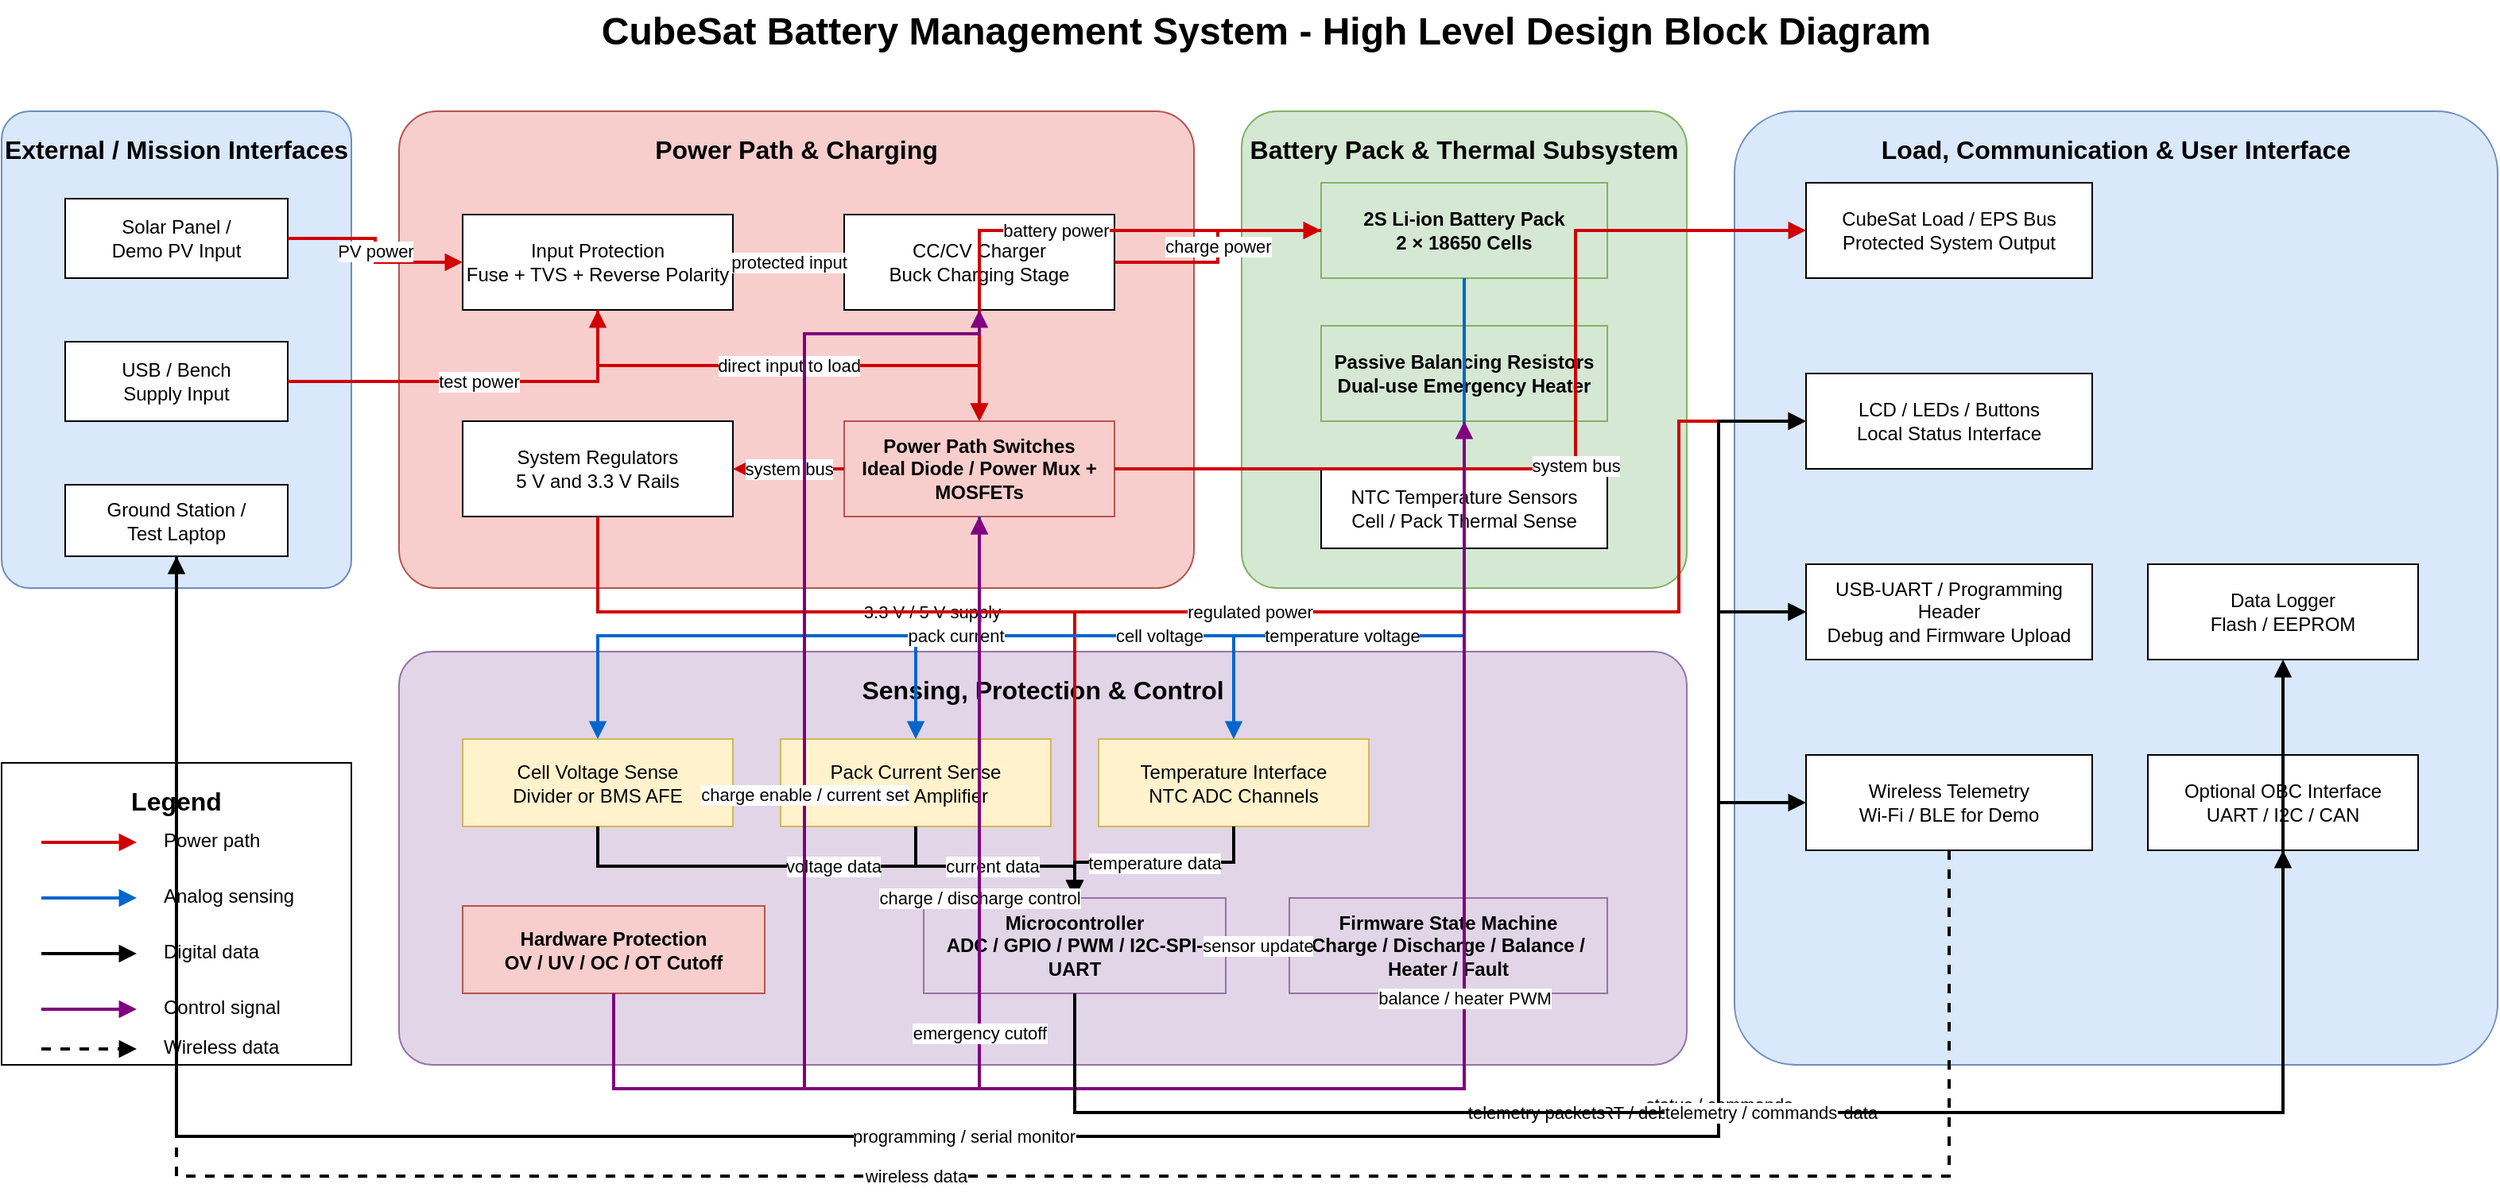
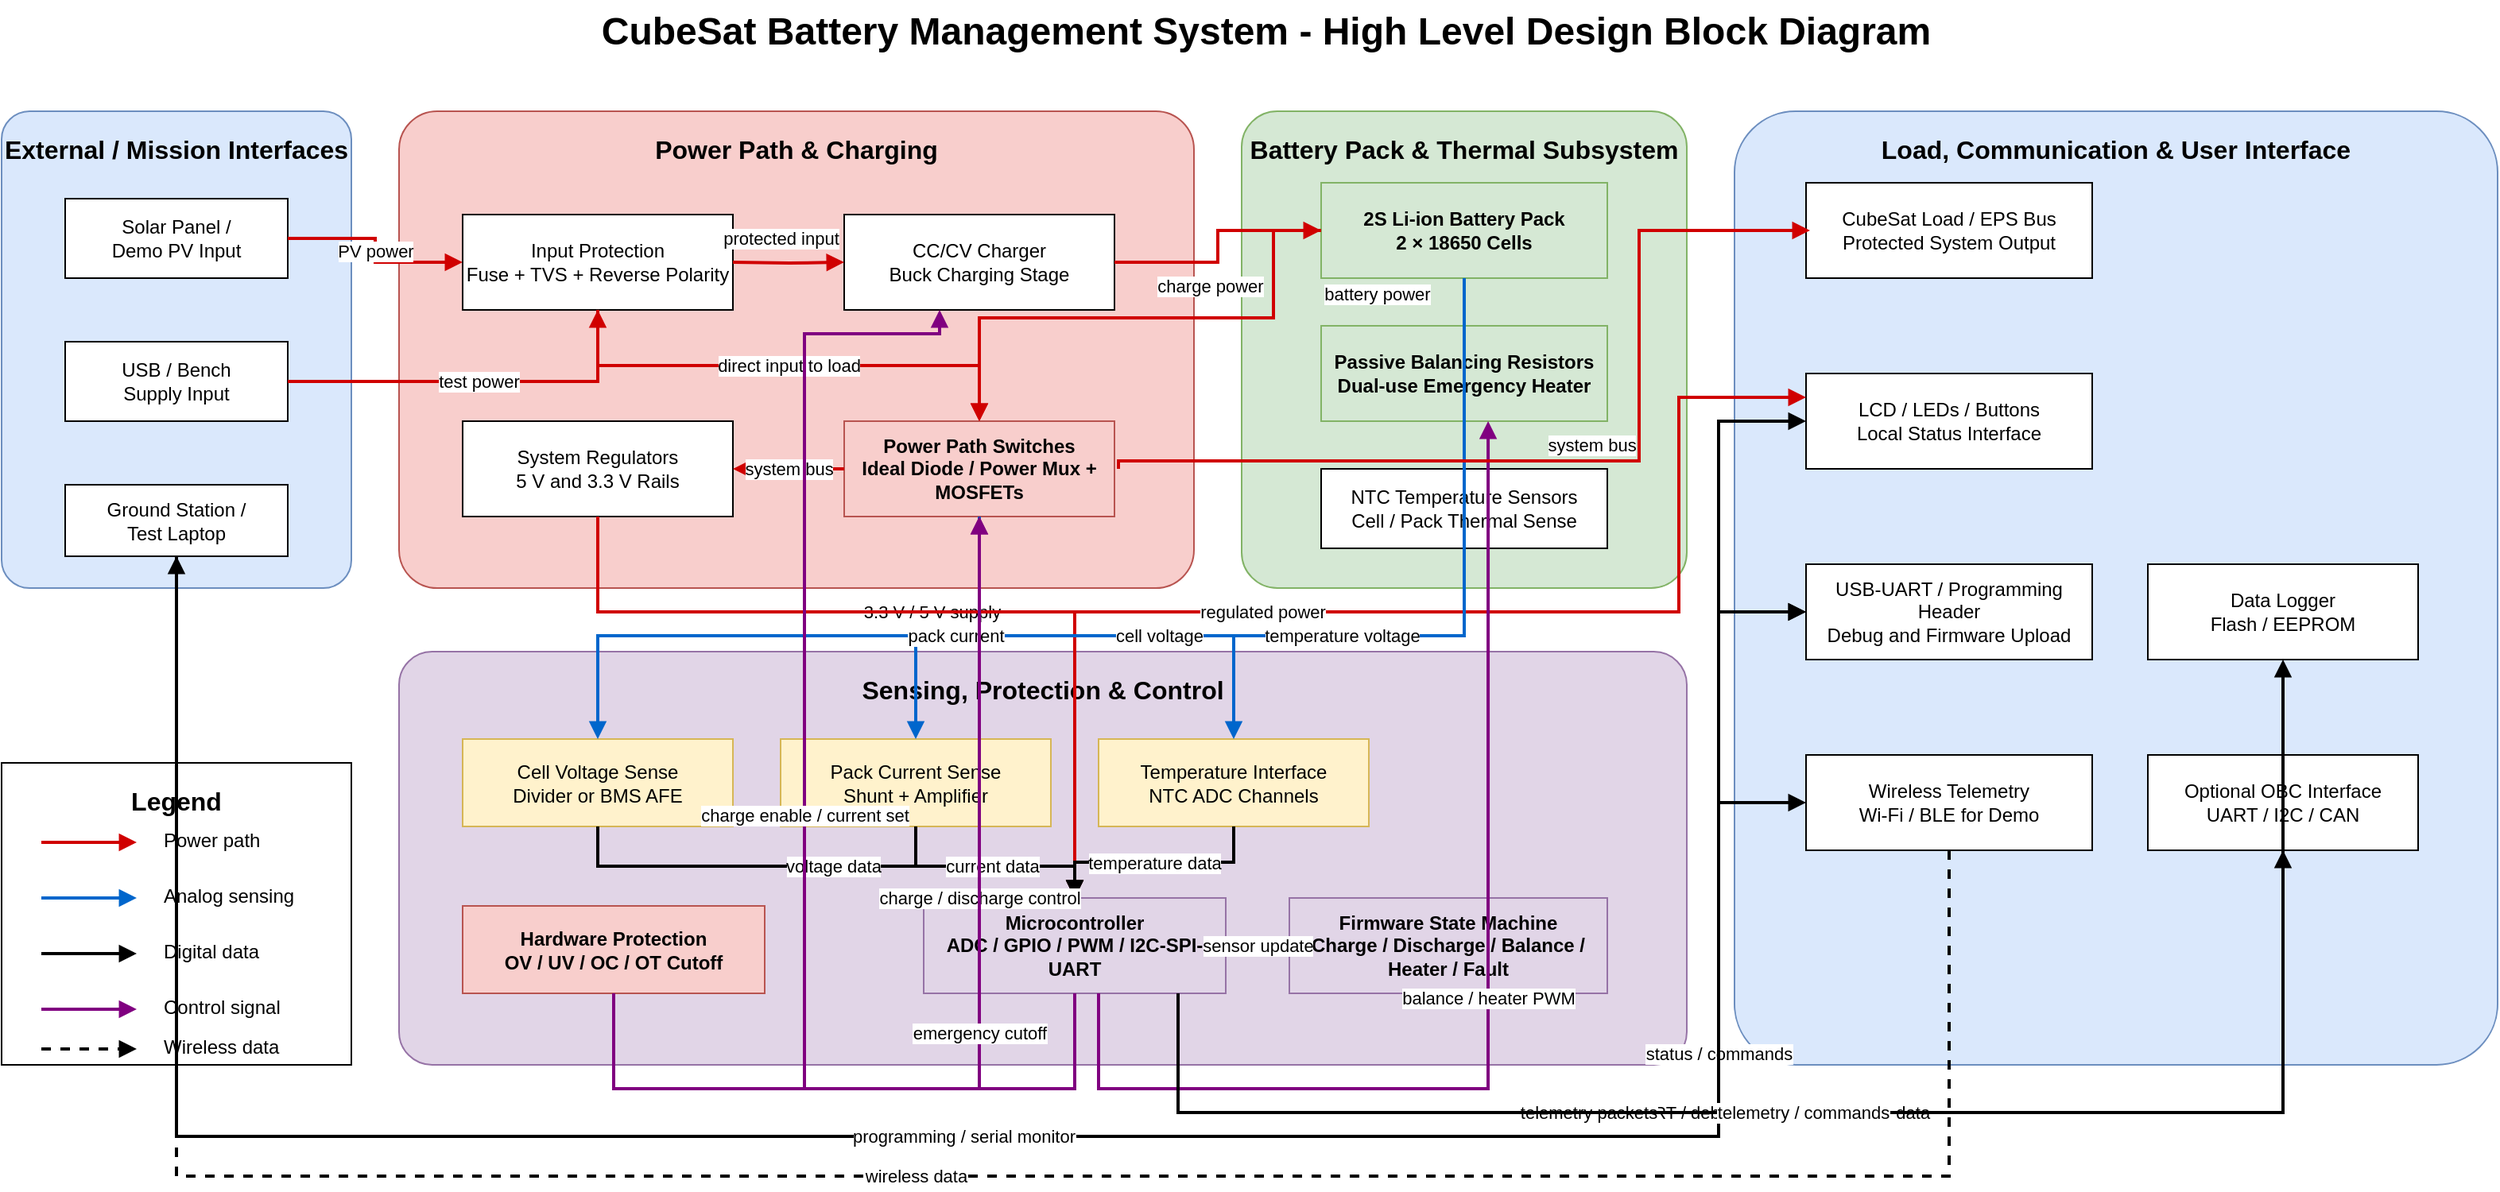
<mxfile host="app.diagrams.net">
  <diagram name="第 1 页" id="mtsnZ4J5otzk8pghUDI_">
    <mxGraphModel dx="1155" dy="668" grid="1" gridSize="10" guides="1" tooltips="1" connect="1" arrows="1" fold="1" page="1" pageScale="1" pageWidth="1650" pageHeight="950" math="0" shadow="0">
      <root>
        <mxCell id="0" />
        <mxCell id="1" parent="0" />
        <mxCell id="title" parent="1" style="text;html=1;strokeColor=none;fillColor=none;align=center;verticalAlign=middle;fontSize=24;fontStyle=1" value="CubeSat Battery Management System - High Level Design Block Diagram" vertex="1">
          <mxGeometry height="40" width="990" x="330" y="20" as="geometry" />
        </mxCell>
        <mxCell id="ext_box" parent="1" style="rounded=1;whiteSpace=wrap;html=1;container=1;collapsible=0;recursiveResize=0;arcSize=8;fontSize=16;fontStyle=1;verticalAlign=top;spacingTop=8;fillColor=#dae8fc;strokeColor=#6c8ebf;" value="External / Mission Interfaces" vertex="1">
          <mxGeometry height="300" width="220" x="30" y="90" as="geometry" />
        </mxCell>
        <mxCell id="power_box" parent="1" style="rounded=1;whiteSpace=wrap;html=1;container=1;collapsible=0;recursiveResize=0;arcSize=8;fontSize=16;fontStyle=1;verticalAlign=top;spacingTop=8;fillColor=#f8cecc;strokeColor=#b85450;" value="Power Path &amp; Charging" vertex="1">
          <mxGeometry height="300" width="500" x="280" y="90" as="geometry" />
        </mxCell>
        <mxCell id="batt_box" parent="1" style="rounded=1;whiteSpace=wrap;html=1;container=1;collapsible=0;recursiveResize=0;arcSize=8;fontSize=16;fontStyle=1;verticalAlign=top;spacingTop=8;fillColor=#d5e8d4;strokeColor=#82b366;" value="Battery Pack &amp; Thermal Subsystem" vertex="1">
          <mxGeometry height="300" width="280" x="810" y="90" as="geometry" />
        </mxCell>
        <mxCell id="ui_box" parent="1" style="rounded=1;whiteSpace=wrap;html=1;container=1;collapsible=0;recursiveResize=0;arcSize=8;fontSize=16;fontStyle=1;verticalAlign=top;spacingTop=8;fillColor=#dae8fc;strokeColor=#6c8ebf;" value="Load, Communication &amp; User Interface" vertex="1">
          <mxGeometry height="600" width="480" x="1120" y="90" as="geometry" />
        </mxCell>
        <mxCell id="sense_box" parent="1" style="rounded=1;whiteSpace=wrap;html=1;container=1;collapsible=0;recursiveResize=0;arcSize=8;fontSize=16;fontStyle=1;verticalAlign=top;spacingTop=8;fillColor=#e1d5e7;strokeColor=#9673a6;" value="Sensing, Protection &amp; Control" vertex="1">
          <mxGeometry height="260" width="810" x="280" y="430" as="geometry" />
        </mxCell>
        <mxCell id="legend_box" parent="1" style="rounded=0;whiteSpace=wrap;html=1;fillColor=#ffffff;strokeColor=#000000;fontSize=16;fontStyle=1;verticalAlign=top;spacingTop=8;" value="Legend" vertex="1">
          <mxGeometry height="190" width="220" x="30" y="500" as="geometry" />
        </mxCell>
        <mxCell id="solar" parent="1" style="rounded=0;whiteSpace=wrap;html=1;fillColor=#ffffff;strokeColor=#000000;fontSize=12;" value="Solar Panel /&lt;br&gt;Demo PV Input" vertex="1">
          <mxGeometry height="50" width="140" x="70" y="145" as="geometry" />
        </mxCell>
        <mxCell id="usb" parent="1" style="rounded=0;whiteSpace=wrap;html=1;fillColor=#ffffff;strokeColor=#000000;fontSize=12;" value="USB / Bench&lt;br&gt;Supply Input" vertex="1">
          <mxGeometry height="50" width="140" x="70" y="235" as="geometry" />
        </mxCell>
        <mxCell id="ground" parent="1" style="rounded=0;whiteSpace=wrap;html=1;fillColor=#ffffff;strokeColor=#000000;fontSize=12;" value="Ground Station /&lt;br&gt;Test Laptop" vertex="1">
          <mxGeometry height="45" width="140" x="70" y="325" as="geometry" />
        </mxCell>
        <mxCell id="input_prot" parent="1" style="rounded=0;whiteSpace=wrap;html=1;fillColor=#ffffff;strokeColor=#000000;fontSize=12;" value="Input Protection&lt;br&gt;Fuse + TVS + Reverse Polarity" vertex="1">
          <mxGeometry height="60" width="170" x="320" y="155" as="geometry" />
        </mxCell>
        <mxCell id="charger" parent="1" style="rounded=0;whiteSpace=wrap;html=1;fillColor=#ffffff;strokeColor=#000000;fontSize=12;" value="CC/CV Charger&lt;br&gt;Buck Charging Stage" vertex="1">
          <mxGeometry height="60" width="170" x="560" y="155" as="geometry" />
        </mxCell>
        <mxCell id="power_path" parent="1" style="rounded=0;whiteSpace=wrap;html=1;fillColor=#f8cecc;strokeColor=#b85450;fontSize=12;fontStyle=1;" value="Power Path Switches&lt;br&gt;Ideal Diode / Power Mux + MOSFETs" vertex="1">
          <mxGeometry height="60" width="170" x="560" y="285" as="geometry" />
        </mxCell>
        <mxCell id="regs" parent="1" style="rounded=0;whiteSpace=wrap;html=1;fillColor=#ffffff;strokeColor=#000000;fontSize=12;" value="System Regulators&lt;br&gt;5 V and 3.3 V Rails" vertex="1">
          <mxGeometry height="60" width="170" x="320" y="285" as="geometry" />
        </mxCell>
        <mxCell id="battery" parent="1" style="rounded=0;whiteSpace=wrap;html=1;fillColor=#d5e8d4;strokeColor=#82b366;fontSize=12;fontStyle=1;" value="2S Li-ion Battery Pack&lt;br&gt;2 × 18650 Cells" vertex="1">
          <mxGeometry height="60" width="180" x="860" y="135" as="geometry" />
        </mxCell>
        <mxCell id="balance" parent="1" style="rounded=0;whiteSpace=wrap;html=1;fillColor=#d5e8d4;strokeColor=#82b366;fontSize=12;fontStyle=1;" value="Passive Balancing Resistors&lt;br&gt;Dual-use Emergency Heater" vertex="1">
          <mxGeometry height="60" width="180" x="860" y="225" as="geometry" />
        </mxCell>
        <mxCell id="ntc" parent="1" style="rounded=0;whiteSpace=wrap;html=1;fillColor=#ffffff;strokeColor=#000000;fontSize=12;" value="NTC Temperature Sensors&lt;br&gt;Cell / Pack Thermal Sense" vertex="1">
          <mxGeometry height="50" width="180" x="860" y="315" as="geometry" />
        </mxCell>
        <mxCell id="v_sense" parent="1" style="rounded=0;whiteSpace=wrap;html=1;fillColor=#fff2cc;strokeColor=#d6b656;fontSize=12;" value="Cell Voltage Sense&lt;br&gt;Divider or BMS AFE" vertex="1">
          <mxGeometry height="55" width="170" x="320" y="485" as="geometry" />
        </mxCell>
        <mxCell id="i_sense" parent="1" style="rounded=0;whiteSpace=wrap;html=1;fillColor=#fff2cc;strokeColor=#d6b656;fontSize=12;" value="Pack Current Sense&lt;br&gt;Shunt + Amplifier" vertex="1">
          <mxGeometry height="55" width="170" x="520" y="485" as="geometry" />
        </mxCell>
        <mxCell id="t_sense" parent="1" style="rounded=0;whiteSpace=wrap;html=1;fillColor=#fff2cc;strokeColor=#d6b656;fontSize=12;" value="Temperature Interface&lt;br&gt;NTC ADC Channels" vertex="1">
          <mxGeometry height="55" width="170" x="720" y="485" as="geometry" />
        </mxCell>
        <mxCell id="h_prot" parent="1" style="rounded=0;whiteSpace=wrap;html=1;fillColor=#f8cecc;strokeColor=#b85450;fontSize=12;fontStyle=1;" value="Hardware Protection&lt;br&gt;OV / UV / OC / OT Cutoff" vertex="1">
          <mxGeometry height="55" width="190" x="320" y="590" as="geometry" />
        </mxCell>
        <mxCell id="mcu" parent="1" style="rounded=0;whiteSpace=wrap;html=1;fillColor=#e1d5e7;strokeColor=#9673a6;fontSize=12;fontStyle=1;" value="Microcontroller&lt;br&gt;ADC / GPIO / PWM / I2C-SPI-UART" vertex="1">
          <mxGeometry height="60" width="190" x="610" y="585" as="geometry" />
        </mxCell>
        <mxCell id="fw" parent="1" style="rounded=0;whiteSpace=wrap;html=1;fillColor=#e1d5e7;strokeColor=#9673a6;fontSize=12;fontStyle=1;" value="Firmware State Machine&lt;br&gt;Charge / Discharge / Balance / Heater / Fault" vertex="1">
          <mxGeometry height="60" width="200" x="840" y="585" as="geometry" />
        </mxCell>
        <mxCell id="load" parent="1" style="rounded=0;whiteSpace=wrap;html=1;fillColor=#ffffff;strokeColor=#000000;fontSize=12;" value="CubeSat Load / EPS Bus&lt;br&gt;Protected System Output" vertex="1">
          <mxGeometry height="60" width="180" x="1165" y="135" as="geometry" />
        </mxCell>
        <mxCell id="local_ui" parent="1" style="rounded=0;whiteSpace=wrap;html=1;fillColor=#ffffff;strokeColor=#000000;fontSize=12;" value="LCD / LEDs / Buttons&lt;br&gt;Local Status Interface" vertex="1">
          <mxGeometry height="60" width="180" x="1165" y="255" as="geometry" />
        </mxCell>
        <mxCell id="program" parent="1" style="rounded=0;whiteSpace=wrap;html=1;fillColor=#ffffff;strokeColor=#000000;fontSize=12;" value="USB-UART / Programming Header&lt;br&gt;Debug and Firmware Upload" vertex="1">
          <mxGeometry height="60" width="180" x="1165" y="375" as="geometry" />
        </mxCell>
        <mxCell id="wireless" parent="1" style="rounded=0;whiteSpace=wrap;html=1;fillColor=#ffffff;strokeColor=#000000;fontSize=12;" value="Wireless Telemetry&lt;br&gt;Wi-Fi / BLE for Demo" vertex="1">
          <mxGeometry height="60" width="180" x="1165" y="495" as="geometry" />
        </mxCell>
        <mxCell id="logger" parent="1" style="rounded=0;whiteSpace=wrap;html=1;fillColor=#ffffff;strokeColor=#000000;fontSize=12;" value="Data Logger&lt;br&gt;Flash / EEPROM" vertex="1">
          <mxGeometry height="60" width="170" x="1380" y="375" as="geometry" />
        </mxCell>
        <mxCell id="obc" parent="1" style="rounded=0;whiteSpace=wrap;html=1;fillColor=#ffffff;strokeColor=#000000;fontSize=12;" value="Optional OBC Interface&lt;br&gt;UART / I2C / CAN" vertex="1">
          <mxGeometry height="60" width="170" x="1380" y="495" as="geometry" />
        </mxCell>
        <mxCell id="lg_power" edge="1" parent="1" style="endArrow=block;html=1;rounded=0;strokeWidth=2;strokeColor=#d00000;" value="">
          <mxGeometry relative="1" as="geometry">
            <mxPoint x="55" y="550" as="sourcePoint" />
            <mxPoint x="115" y="550" as="targetPoint" />
          </mxGeometry>
        </mxCell>
        <mxCell id="lg_power_text" parent="1" style="text;html=1;strokeColor=none;fillColor=none;fontSize=12;" value="Power path" vertex="1">
          <mxGeometry height="30" width="100" x="130" y="535" as="geometry" />
        </mxCell>
        <mxCell id="lg_sense" edge="1" parent="1" style="endArrow=block;html=1;rounded=0;strokeWidth=2;strokeColor=#0066cc;" value="">
          <mxGeometry relative="1" as="geometry">
            <mxPoint x="55" y="585" as="sourcePoint" />
            <mxPoint x="115" y="585" as="targetPoint" />
          </mxGeometry>
        </mxCell>
        <mxCell id="lg_sense_text" parent="1" style="text;html=1;strokeColor=none;fillColor=none;fontSize=12;" value="Analog sensing" vertex="1">
          <mxGeometry height="30" width="100" x="130" y="570" as="geometry" />
        </mxCell>
        <mxCell id="lg_data" edge="1" parent="1" style="endArrow=block;html=1;rounded=0;strokeWidth=2;strokeColor=#000000;" value="">
          <mxGeometry relative="1" as="geometry">
            <mxPoint x="55" y="620" as="sourcePoint" />
            <mxPoint x="115" y="620" as="targetPoint" />
          </mxGeometry>
        </mxCell>
        <mxCell id="lg_data_text" parent="1" style="text;html=1;strokeColor=none;fillColor=none;fontSize=12;" value="Digital data" vertex="1">
          <mxGeometry height="30" width="100" x="130" y="605" as="geometry" />
        </mxCell>
        <mxCell id="lg_ctrl" edge="1" parent="1" style="endArrow=block;html=1;rounded=0;strokeWidth=2;strokeColor=#800080;" value="">
          <mxGeometry relative="1" as="geometry">
            <mxPoint x="55" y="655" as="sourcePoint" />
            <mxPoint x="115" y="655" as="targetPoint" />
          </mxGeometry>
        </mxCell>
        <mxCell id="lg_ctrl_text" parent="1" style="text;html=1;strokeColor=none;fillColor=none;fontSize=12;" value="Control signal" vertex="1">
          <mxGeometry height="30" width="100" x="130" y="640" as="geometry" />
        </mxCell>
        <mxCell id="lg_wireless" edge="1" parent="1" style="endArrow=block;html=1;rounded=0;strokeWidth=2;strokeColor=#000000;dashed=1;" value="">
          <mxGeometry relative="1" as="geometry">
            <mxPoint x="55" y="680" as="sourcePoint" />
            <mxPoint x="115" y="680" as="targetPoint" />
          </mxGeometry>
        </mxCell>
        <mxCell id="lg_wireless_text" parent="1" style="text;html=1;strokeColor=none;fillColor=none;fontSize=12;" value="Wireless data" vertex="1">
          <mxGeometry height="30" width="100" x="130" y="665" as="geometry" />
        </mxCell>
        <mxCell id="e_solar_input" edge="1" parent="1" source="solar" style="edgeStyle=orthogonalEdgeStyle;rounded=0;orthogonalLoop=1;jettySize=auto;endArrow=block;html=1;strokeWidth=2;strokeColor=#d00000;fontSize=11;" target="input_prot" value="PV power">
          <mxGeometry relative="1" as="geometry" />
        </mxCell>
        <mxCell id="e_usb_input" edge="1" parent="1" source="usb" style="edgeStyle=orthogonalEdgeStyle;rounded=0;orthogonalLoop=1;jettySize=auto;endArrow=block;html=1;strokeWidth=2;strokeColor=#d00000;fontSize=11;" target="input_prot" value="test power">
          <mxGeometry relative="1" as="geometry" />
        </mxCell>
-         <mxCell id="e_input_charger" edge="1" parent="1" source="input_prot" style="edgeStyle=orthogonalEdgeStyle;rounded=0;orthogonalLoop=1;jettySize=auto;endArrow=block;html=1;strokeWidth=2;strokeColor=#d00000;fontSize=11;" target="charger" value="protected input">
-           <mxGeometry relative="1" as="geometry" />
+         <mxCell id="e_input_charger" edge="1" parent="1" style="edgeStyle=orthogonalEdgeStyle;rounded=0;orthogonalLoop=1;jettySize=auto;endArrow=block;html=1;strokeWidth=2;strokeColor=#d00000;fontSize=11;" target="charger" value="protected input">
+           <mxGeometry relative="1" x="-0.1429" y="15" as="geometry">
+             <mxPoint as="offset" />
+             <mxPoint x="490" y="185" as="sourcePoint" />
+             <mxPoint x="556" y="185" as="targetPoint" />
+           </mxGeometry>
        </mxCell>
        <mxCell id="e_charger_battery" edge="1" parent="1" source="charger" style="edgeStyle=orthogonalEdgeStyle;rounded=0;orthogonalLoop=1;jettySize=auto;endArrow=block;html=1;strokeWidth=2;strokeColor=#d00000;fontSize=11;" target="battery" value="charge power">
-           <mxGeometry relative="1" as="geometry" />
+           <mxGeometry relative="1" x="-0.2" y="-15" as="geometry">
+             <mxPoint as="offset" />
+           </mxGeometry>
        </mxCell>
        <mxCell id="e_batt_powerpath" edge="1" parent="1" source="battery" style="edgeStyle=orthogonalEdgeStyle;rounded=0;orthogonalLoop=1;jettySize=auto;endArrow=block;html=1;strokeWidth=2;strokeColor=#d00000;fontSize=11;" target="power_path" value="battery power">
-           <mxGeometry relative="1" as="geometry" />
+           <mxGeometry relative="1" x="-0.5821" y="65" as="geometry">
+             <mxPoint as="offset" />
+             <Array as="points">
+               <mxPoint x="830" y="165" />
+               <mxPoint x="830" y="220" />
+               <mxPoint x="645" y="220" />
+             </Array>
+           </mxGeometry>
        </mxCell>
        <mxCell id="e_input_powerpath" edge="1" parent="1" source="input_prot" style="edgeStyle=orthogonalEdgeStyle;rounded=0;orthogonalLoop=1;jettySize=auto;endArrow=block;html=1;strokeWidth=2;strokeColor=#d00000;fontSize=11;" target="power_path" value="direct input to load">
          <mxGeometry relative="1" as="geometry">
            <Array as="points">
              <mxPoint x="405" y="250" />
              <mxPoint x="645" y="250" />
            </Array>
          </mxGeometry>
        </mxCell>
-         <mxCell id="e_powerpath_load" edge="1" parent="1" source="power_path" style="edgeStyle=orthogonalEdgeStyle;rounded=0;orthogonalLoop=1;jettySize=auto;endArrow=block;html=1;strokeWidth=2;strokeColor=#d00000;fontSize=11;" target="load" value="system bus">
-           <mxGeometry relative="1" as="geometry">
-             <Array as="points">
-               <mxPoint x="1020" y="315" />
-               <mxPoint x="1020" y="165" />
-             </Array>
-           </mxGeometry>
-         </mxCell>
        <mxCell id="e_powerpath_regs" edge="1" parent="1" source="power_path" style="edgeStyle=orthogonalEdgeStyle;rounded=0;orthogonalLoop=1;jettySize=auto;endArrow=block;html=1;strokeWidth=2;strokeColor=#d00000;fontSize=11;" target="regs" value="system bus">
          <mxGeometry relative="1" as="geometry" />
        </mxCell>
        <mxCell id="e_regs_mcu" edge="1" parent="1" source="regs" style="edgeStyle=orthogonalEdgeStyle;rounded=0;orthogonalLoop=1;jettySize=auto;endArrow=block;html=1;strokeWidth=2;strokeColor=#d00000;fontSize=11;" target="mcu" value="3.3 V / 5 V supply">
          <mxGeometry relative="1" as="geometry">
            <Array as="points">
              <mxPoint x="405" y="405" />
              <mxPoint x="705" y="405" />
            </Array>
          </mxGeometry>
        </mxCell>
        <mxCell id="e_regs_ui" edge="1" parent="1" source="regs" style="edgeStyle=orthogonalEdgeStyle;rounded=0;orthogonalLoop=1;jettySize=auto;endArrow=block;html=1;strokeWidth=2;strokeColor=#d00000;fontSize=11;" target="local_ui" value="regulated power">
          <mxGeometry relative="1" as="geometry">
            <Array as="points">
              <mxPoint x="405" y="405" />
              <mxPoint x="1085" y="405" />
-               <mxPoint x="1085" y="285" />
+               <mxPoint x="1085" y="270" />
            </Array>
          </mxGeometry>
        </mxCell>
        <mxCell id="e_batt_vsense" edge="1" parent="1" source="battery" style="edgeStyle=orthogonalEdgeStyle;rounded=0;orthogonalLoop=1;jettySize=auto;endArrow=block;html=1;strokeWidth=2;strokeColor=#0066cc;fontSize=11;" target="v_sense" value="cell voltage">
          <mxGeometry relative="1" as="geometry">
            <Array as="points">
              <mxPoint x="950" y="420" />
              <mxPoint x="405" y="420" />
            </Array>
          </mxGeometry>
        </mxCell>
        <mxCell id="e_powerpath_isense" edge="1" parent="1" source="power_path" style="edgeStyle=orthogonalEdgeStyle;rounded=0;orthogonalLoop=1;jettySize=auto;endArrow=block;html=1;strokeWidth=2;strokeColor=#0066cc;fontSize=11;" target="i_sense" value="pack current">
          <mxGeometry relative="1" as="geometry">
            <Array as="points">
              <mxPoint x="645" y="420" />
              <mxPoint x="605" y="420" />
            </Array>
          </mxGeometry>
        </mxCell>
        <mxCell id="e_ntc_tsense" edge="1" parent="1" source="ntc" style="edgeStyle=orthogonalEdgeStyle;rounded=0;orthogonalLoop=1;jettySize=auto;endArrow=block;html=1;strokeWidth=2;strokeColor=#0066cc;fontSize=11;" target="t_sense" value="temperature voltage">
          <mxGeometry relative="1" as="geometry">
            <Array as="points">
              <mxPoint x="950" y="420" />
              <mxPoint x="805" y="420" />
            </Array>
          </mxGeometry>
        </mxCell>
        <mxCell id="e_vsense_mcu" edge="1" parent="1" source="v_sense" style="edgeStyle=orthogonalEdgeStyle;rounded=0;orthogonalLoop=1;jettySize=auto;endArrow=block;html=1;strokeWidth=2;strokeColor=#000000;fontSize=11;" target="mcu" value="voltage data">
          <mxGeometry relative="1" as="geometry">
            <Array as="points">
              <mxPoint x="405" y="565" />
              <mxPoint x="705" y="565" />
            </Array>
          </mxGeometry>
        </mxCell>
        <mxCell id="e_isense_mcu" edge="1" parent="1" source="i_sense" style="edgeStyle=orthogonalEdgeStyle;rounded=0;orthogonalLoop=1;jettySize=auto;endArrow=block;html=1;strokeWidth=2;strokeColor=#000000;fontSize=11;" target="mcu" value="current data">
          <mxGeometry relative="1" as="geometry">
            <Array as="points">
              <mxPoint x="605" y="565" />
              <mxPoint x="705" y="565" />
            </Array>
          </mxGeometry>
        </mxCell>
        <mxCell id="e_tsense_mcu" edge="1" parent="1" source="t_sense" style="edgeStyle=orthogonalEdgeStyle;rounded=0;orthogonalLoop=1;jettySize=auto;endArrow=block;html=1;strokeWidth=2;strokeColor=#000000;fontSize=11;" target="mcu" value="temperature data">
          <mxGeometry relative="1" as="geometry" />
        </mxCell>
        <mxCell id="e_mcu_fw" edge="1" parent="1" source="mcu" style="edgeStyle=orthogonalEdgeStyle;rounded=0;orthogonalLoop=1;jettySize=auto;endArrow=block;html=1;strokeWidth=2;strokeColor=#000000;fontSize=11;" target="fw" value="sensor update">
          <mxGeometry relative="1" as="geometry" />
        </mxCell>
        <mxCell id="e_mcu_charger" edge="1" parent="1" source="mcu" style="edgeStyle=orthogonalEdgeStyle;rounded=0;orthogonalLoop=1;jettySize=auto;endArrow=block;html=1;strokeWidth=2;strokeColor=#800080;fontSize=11;" target="charger" value="charge enable / current set">
          <mxGeometry relative="1" as="geometry">
            <Array as="points">
              <mxPoint x="705" y="705" />
              <mxPoint x="535" y="705" />
              <mxPoint x="535" y="230" />
-               <mxPoint x="645" y="230" />
+               <mxPoint x="620" y="230" />
            </Array>
          </mxGeometry>
        </mxCell>
        <mxCell id="e_mcu_powerpath" edge="1" parent="1" source="mcu" style="edgeStyle=orthogonalEdgeStyle;rounded=0;orthogonalLoop=1;jettySize=auto;endArrow=block;html=1;strokeWidth=2;strokeColor=#800080;fontSize=11;" target="power_path" value="charge / discharge control">
          <mxGeometry relative="1" as="geometry">
            <Array as="points">
              <mxPoint x="705" y="705" />
              <mxPoint x="645" y="705" />
              <mxPoint x="645" y="365" />
            </Array>
          </mxGeometry>
        </mxCell>
-         <mxCell id="e_mcu_balance" edge="1" parent="1" source="mcu" style="edgeStyle=orthogonalEdgeStyle;rounded=0;orthogonalLoop=1;jettySize=auto;endArrow=block;html=1;strokeWidth=2;strokeColor=#800080;fontSize=11;" target="balance" value="balance / heater PWM">
-           <mxGeometry relative="1" as="geometry">
-             <Array as="points">
-               <mxPoint x="705" y="705" />
-               <mxPoint x="950" y="705" />
-               <mxPoint x="950" y="305" />
-             </Array>
+         <mxCell id="e_mcu_balance" edge="1" parent="1" style="edgeStyle=orthogonalEdgeStyle;rounded=0;orthogonalLoop=1;jettySize=auto;endArrow=block;html=1;strokeWidth=2;strokeColor=#800080;fontSize=11;" value="balance / heater PWM">
+           <mxGeometry relative="1" as="geometry">
+             <Array as="points">
+               <mxPoint x="720" y="705" />
+               <mxPoint x="965" y="705" />
+             </Array>
+             <mxPoint x="720" y="645" as="sourcePoint" />
+             <mxPoint x="965.0344827586207" y="284.9999999999999" as="targetPoint" />
          </mxGeometry>
        </mxCell>
        <mxCell id="e_hprot_powerpath" edge="1" parent="1" source="h_prot" style="edgeStyle=orthogonalEdgeStyle;rounded=0;orthogonalLoop=1;jettySize=auto;endArrow=block;html=1;strokeWidth=2;strokeColor=#800080;fontSize=11;" target="power_path" value="emergency cutoff">
          <mxGeometry relative="1" as="geometry">
            <Array as="points">
              <mxPoint x="415" y="705" />
              <mxPoint x="645" y="705" />
              <mxPoint x="645" y="365" />
            </Array>
          </mxGeometry>
        </mxCell>
        <mxCell id="e_mcu_ui" edge="1" parent="1" source="mcu" style="edgeStyle=orthogonalEdgeStyle;rounded=0;orthogonalLoop=1;jettySize=auto;endArrow=block;html=1;strokeWidth=2;strokeColor=#000000;fontSize=11;" target="local_ui" value="status / commands">
          <mxGeometry relative="1" as="geometry">
            <Array as="points">
-               <mxPoint x="705" y="720" />
+               <mxPoint x="770" y="720" />
              <mxPoint x="1110" y="720" />
              <mxPoint x="1110" y="285" />
            </Array>
          </mxGeometry>
        </mxCell>
        <mxCell id="e_mcu_program" edge="1" parent="1" source="mcu" style="edgeStyle=orthogonalEdgeStyle;rounded=0;orthogonalLoop=1;jettySize=auto;endArrow=block;html=1;strokeWidth=2;strokeColor=#000000;fontSize=11;" target="program" value="UART / debug">
          <mxGeometry relative="1" as="geometry">
            <Array as="points">
-               <mxPoint x="705" y="720" />
+               <mxPoint x="770" y="720" />
              <mxPoint x="1110" y="720" />
              <mxPoint x="1110" y="405" />
            </Array>
          </mxGeometry>
        </mxCell>
        <mxCell id="e_ground_program" edge="1" parent="1" source="ground" style="edgeStyle=orthogonalEdgeStyle;rounded=0;orthogonalLoop=1;jettySize=auto;endArrow=block;html=1;strokeWidth=2;strokeColor=#000000;fontSize=11;" target="program" value="programming / serial monitor">
          <mxGeometry relative="1" as="geometry">
            <Array as="points">
              <mxPoint x="140" y="735" />
              <mxPoint x="1110" y="735" />
              <mxPoint x="1110" y="405" />
            </Array>
          </mxGeometry>
        </mxCell>
        <mxCell id="e_mcu_wireless" edge="1" parent="1" source="mcu" style="edgeStyle=orthogonalEdgeStyle;rounded=0;orthogonalLoop=1;jettySize=auto;endArrow=block;html=1;strokeWidth=2;strokeColor=#000000;fontSize=11;" target="wireless" value="telemetry packets">
          <mxGeometry relative="1" as="geometry">
            <Array as="points">
-               <mxPoint x="705" y="720" />
+               <mxPoint x="770" y="720" />
              <mxPoint x="1110" y="720" />
              <mxPoint x="1110" y="525" />
            </Array>
          </mxGeometry>
        </mxCell>
        <mxCell id="e_wireless_ground" edge="1" parent="1" source="wireless" style="edgeStyle=orthogonalEdgeStyle;rounded=0;orthogonalLoop=1;jettySize=auto;endArrow=block;html=1;strokeWidth=2;strokeColor=#000000;dashed=1;fontSize=11;" target="ground" value="wireless data">
          <mxGeometry relative="1" as="geometry">
            <Array as="points">
              <mxPoint x="1255" y="760" />
              <mxPoint x="140" y="760" />
            </Array>
          </mxGeometry>
        </mxCell>
        <mxCell id="e_mcu_logger" edge="1" parent="1" source="mcu" style="edgeStyle=orthogonalEdgeStyle;rounded=0;orthogonalLoop=1;jettySize=auto;endArrow=block;html=1;strokeWidth=2;strokeColor=#000000;fontSize=11;" target="logger" value="log data">
          <mxGeometry relative="1" as="geometry">
            <Array as="points">
-               <mxPoint x="705" y="720" />
+               <mxPoint x="770" y="720" />
              <mxPoint x="1465" y="720" />
-               <mxPoint x="1465" y="455" />
            </Array>
          </mxGeometry>
        </mxCell>
        <mxCell id="e_mcu_obc" edge="1" parent="1" source="mcu" style="edgeStyle=orthogonalEdgeStyle;rounded=0;orthogonalLoop=1;jettySize=auto;endArrow=block;html=1;strokeWidth=2;strokeColor=#000000;fontSize=11;" target="obc" value="telemetry / commands">
          <mxGeometry relative="1" as="geometry">
            <Array as="points">
-               <mxPoint x="705" y="720" />
+               <mxPoint x="770" y="720" />
              <mxPoint x="1465" y="720" />
-               <mxPoint x="1465" y="555" />
-             </Array>
+             </Array>
+           </mxGeometry>
+         </mxCell>
+         <mxCell id="e_powerpath_load" edge="1" parent="1" style="edgeStyle=orthogonalEdgeStyle;rounded=0;orthogonalLoop=1;jettySize=auto;endArrow=block;html=1;strokeWidth=2;strokeColor=#d00000;fontSize=11;" value="system bus">
+           <mxGeometry relative="1" x="0.034" y="10" as="geometry">
+             <mxPoint as="offset" />
+             <Array as="points">
+               <mxPoint x="733" y="310" />
+               <mxPoint x="1060" y="310" />
+               <mxPoint x="1060" y="165" />
+             </Array>
+             <mxPoint x="732.4999999999998" y="315" as="sourcePoint" />
+             <mxPoint x="1167.5000000000002" y="165" as="targetPoint" />
          </mxGeometry>
        </mxCell>
      </root>
    </mxGraphModel>
  </diagram>
</mxfile>
